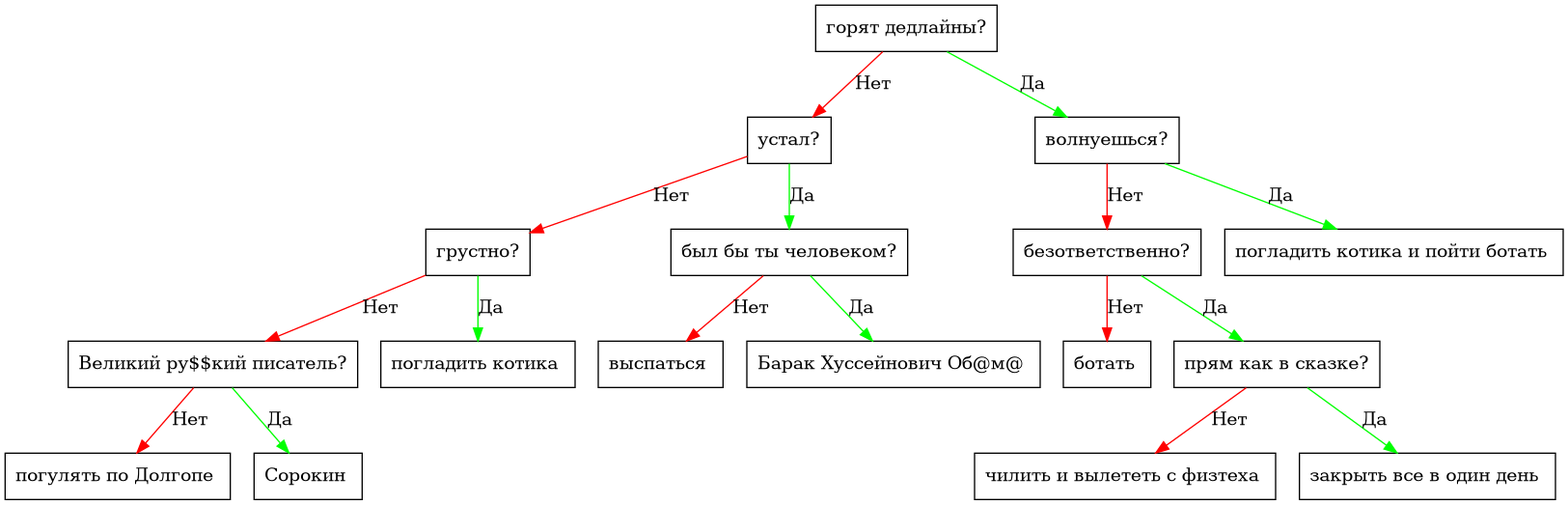
Earlier version of the Graphviz export cmake-build-debug/dt.dot.png (AlgebraicWolf/Akinator). Its source is kept beside it as cmake-build-debug/dt.dot.
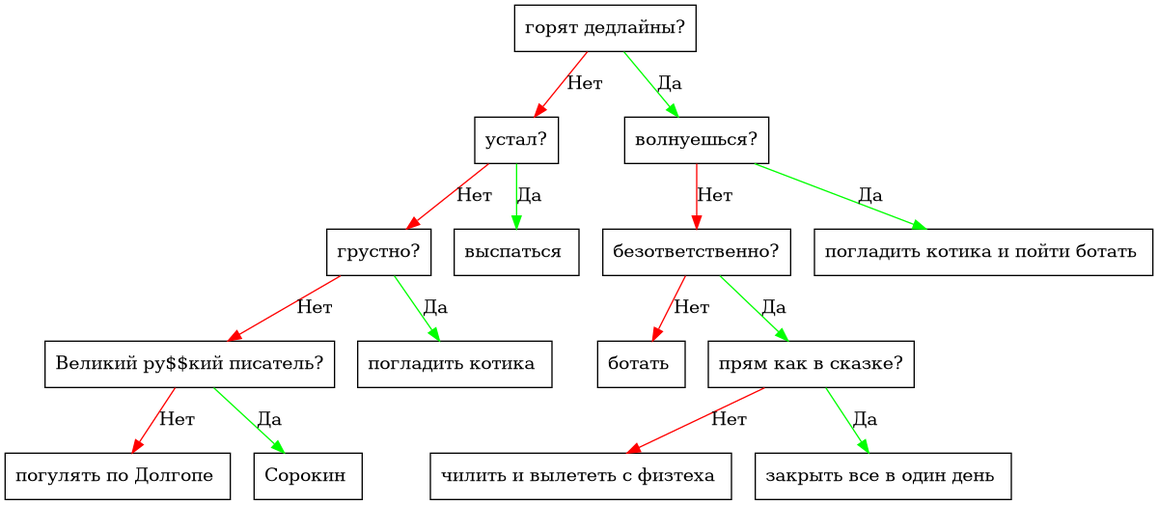
After the change.

Diff of the diagram source:
```diff
@@ -1,35 +1,31 @@
 digraph {
-node0x55e553d01ec0 [label="горят дедлайны?", shape=box];
-node0x55e553d01ef0 [label="устал?", shape=box];
-node0x55e553d020a0 [label="волнуешься?", shape=box];
-node0x55e553d01ec0 -> node0x55e553d01ef0 [color="red", label="Нет"];
-node0x55e553d01ec0 -> node0x55e553d020a0 [color="green", label="Да"];
-node0x55e553d020d0 [label="безответственно?", shape=box];
-node0x55e553d021c0 [label="погладить котика и пойти ботать ", shape=box];
-node0x55e553d020a0 -> node0x55e553d020d0 [color="red", label="Нет"];
-node0x55e553d020a0 -> node0x55e553d021c0 [color="green", label="Да"];
-node0x55e553d02100 [label="ботать ", shape=box];
-node0x55e553d02130 [label="прям как в сказке?", shape=box];
-node0x55e553d020d0 -> node0x55e553d02100 [color="red", label="Нет"];
-node0x55e553d020d0 -> node0x55e553d02130 [color="green", label="Да"];
-node0x55e553d02160 [label="чилить и вылететь с физтеха ", shape=box];
-node0x55e553d02190 [label="закрыть все в один день ", shape=box];
-node0x55e553d02130 -> node0x55e553d02160 [color="red", label="Нет"];
-node0x55e553d02130 -> node0x55e553d02190 [color="green", label="Да"];
-node0x55e553d01f20 [label="грустно?", shape=box];
-node0x55e553d02010 [label="был бы ты человеком?", shape=box];
-node0x55e553d01ef0 -> node0x55e553d01f20 [color="red", label="Нет"];
-node0x55e553d01ef0 -> node0x55e553d02010 [color="green", label="Да"];
-node0x55e553d02040 [label="выспаться ", shape=box];
-node0x55e553d02070 [label="Барак Хуссейнович Об@м@ ", shape=box];
-node0x55e553d02010 -> node0x55e553d02040 [color="red", label="Нет"];
-node0x55e553d02010 -> node0x55e553d02070 [color="green", label="Да"];
-node0x55e553d01f50 [label="Великий ру$$кий писатель?", shape=box];
-node0x55e553d01fe0 [label="погладить котика ", shape=box];
-node0x55e553d01f20 -> node0x55e553d01f50 [color="red", label="Нет"];
-node0x55e553d01f20 -> node0x55e553d01fe0 [color="green", label="Да"];
-node0x55e553d01f80 [label="погулять по Долгопе ", shape=box];
-node0x55e553d01fb0 [label="Сорокин ", shape=box];
-node0x55e553d01f50 -> node0x55e553d01f80 [color="red", label="Нет"];
-node0x55e553d01f50 -> node0x55e553d01fb0 [color="green", label="Да"];
+node0x55c5244d1c60 [label="горят дедлайны?", shape=box];
+node0x55c5244d1c90 [label="устал?", shape=box];
+node0x55c5244d1de0 [label="волнуешься?", shape=box];
+node0x55c5244d1c60 -> node0x55c5244d1c90 [color="red", label="Нет"];
+node0x55c5244d1c60 -> node0x55c5244d1de0 [color="green", label="Да"];
+node0x55c5244d1e10 [label="безответственно?", shape=box];
+node0x55c5244d1f00 [label="погладить котика и пойти ботать ", shape=box];
+node0x55c5244d1de0 -> node0x55c5244d1e10 [color="red", label="Нет"];
+node0x55c5244d1de0 -> node0x55c5244d1f00 [color="green", label="Да"];
+node0x55c5244d1e40 [label="ботать ", shape=box];
+node0x55c5244d1e70 [label="прям как в сказке?", shape=box];
+node0x55c5244d1e10 -> node0x55c5244d1e40 [color="red", label="Нет"];
+node0x55c5244d1e10 -> node0x55c5244d1e70 [color="green", label="Да"];
+node0x55c5244d1ea0 [label="чилить и вылететь с физтеха ", shape=box];
+node0x55c5244d1ed0 [label="закрыть все в один день ", shape=box];
+node0x55c5244d1e70 -> node0x55c5244d1ea0 [color="red", label="Нет"];
+node0x55c5244d1e70 -> node0x55c5244d1ed0 [color="green", label="Да"];
+node0x55c5244d1cc0 [label="грустно?", shape=box];
+node0x55c5244d1db0 [label="выспаться ", shape=box];
+node0x55c5244d1c90 -> node0x55c5244d1cc0 [color="red", label="Нет"];
+node0x55c5244d1c90 -> node0x55c5244d1db0 [color="green", label="Да"];
+node0x55c5244d1cf0 [label="Великий ру$$кий писатель?", shape=box];
+node0x55c5244d1d80 [label="погладить котика ", shape=box];
+node0x55c5244d1cc0 -> node0x55c5244d1cf0 [color="red", label="Нет"];
+node0x55c5244d1cc0 -> node0x55c5244d1d80 [color="green", label="Да"];
+node0x55c5244d1d20 [label="погулять по Долгопе ", shape=box];
+node0x55c5244d1d50 [label="Сорокин ", shape=box];
+node0x55c5244d1cf0 -> node0x55c5244d1d20 [color="red", label="Нет"];
+node0x55c5244d1cf0 -> node0x55c5244d1d50 [color="green", label="Да"];
 }
```
